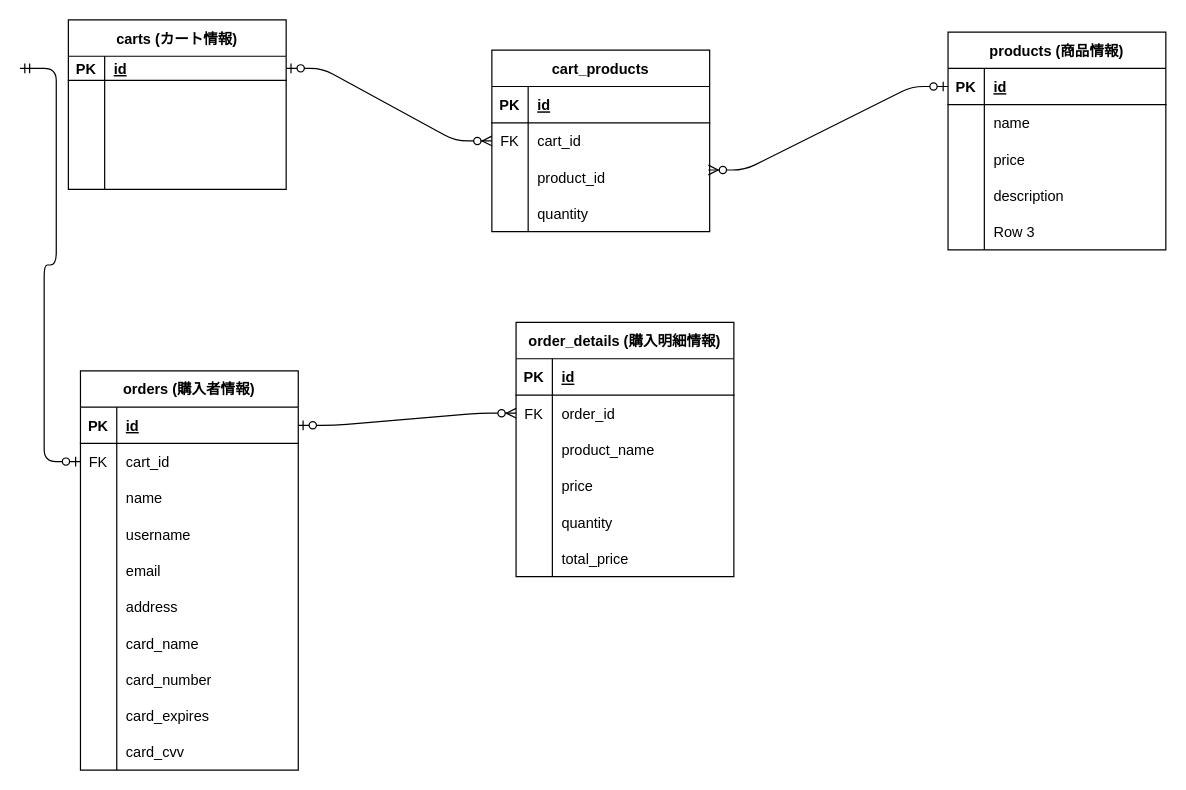
Earlier version of the draw.io diagram twitter_erd/ec_rails.dio (yuuu1654/hc_practice). Source tidied: cells renumbered, new cells numbered last; positions are measured from the earlier drawing's top-left corner, leaving out a move shared by most shapes. Both pictures are drawn from the tidied source at 121%, with x=0, y=0 at pixel (19, 19).
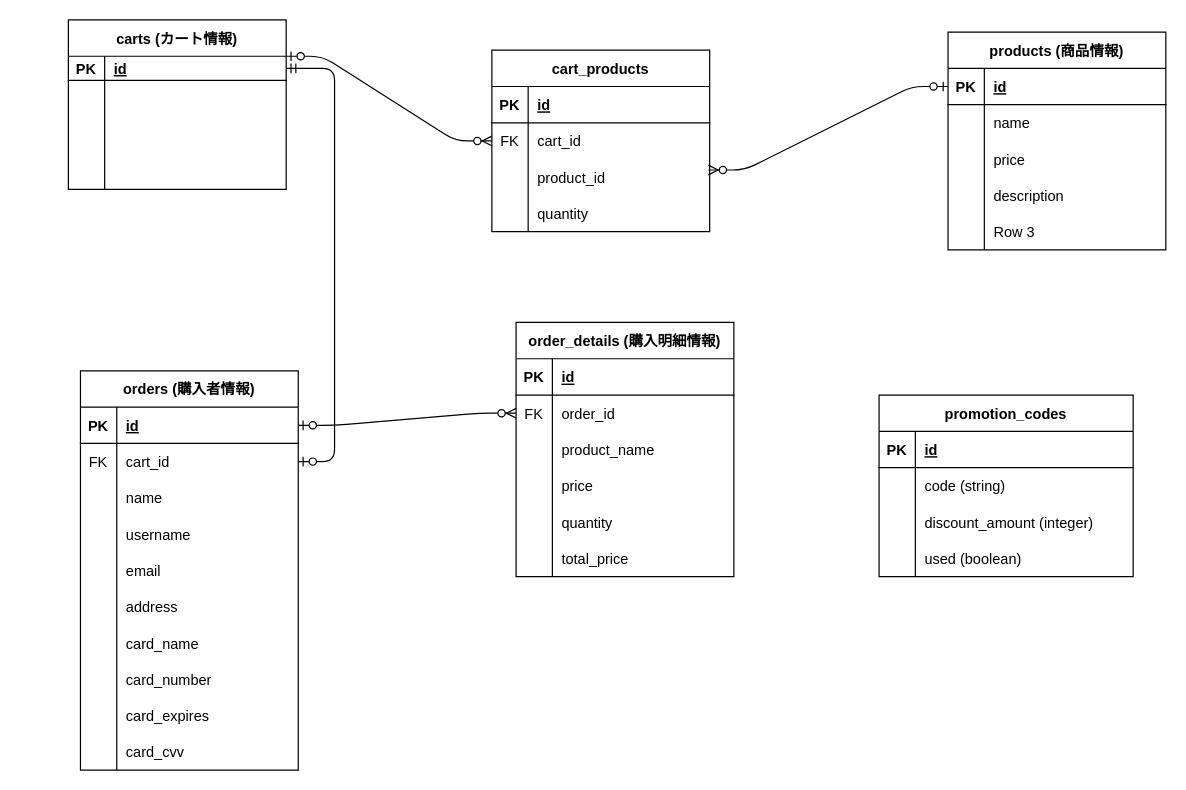
Above is the later version.

Commit message:
[Add] ECサイトのER図追加

The change refers to these unchanged cells:
```xml
<mxCell id="19" style="shape=tableRow;horizontal=0;startSize=0;swimlaneHead=0;swimlaneBody=0;fillColor=none;points=[[0,0.5],[1,0.5]];portConstraint=eastwest;top=0;left=0;right=0;bottom=1;" parent="18" vertex="1">
  <mxGeometry y="30" width="180" height="20" as="geometry" />
</mxCell>
<mxCell id="35" style="shape=tableRow;horizontal=0;startSize=0;swimlaneHead=0;swimlaneBody=0;fillColor=none;points=[[0,0.5],[1,0.5]];portConstraint=eastwest;top=0;left=0;right=0;bottom=0;" parent="31" vertex="1">
  <mxGeometry y="60" width="180" height="30" as="geometry" />
</mxCell>
<mxCell id="50" style="shape=tableRow;horizontal=0;startSize=0;swimlaneHead=0;swimlaneBody=0;fillColor=none;points=[[0,0.5],[1,0.5]];portConstraint=eastwest;top=0;left=0;right=0;bottom=0;" parent="46" vertex="1">
  <mxGeometry y="60" width="180" height="30" as="geometry" />
</mxCell>
```

What changed in the source:
```diff
@@
-    <mxCell id="44" style="edgeStyle=entityRelationEdgeStyle;fontSize=12;html=1;endArrow=ERzeroToMany;startArrow=ERzeroToOne;exitX=1;exitY=0.5;exitDx=0;exitDy=0;entryX=0;entryY=0.5;entryDx=0;entryDy=0;" parent="1" edge="1" source="19" target="35">
-      <mxGeometry relative="1" as="geometry" />
+    <mxCell id="44" style="edgeStyle=entityRelationEdgeStyle;fontSize=12;html=1;endArrow=ERzeroToMany;startArrow=ERzeroToOne;entryX=0;entryY=0.5;entryDx=0;entryDy=0;" parent="1" edge="1" target="35">
+      <mxGeometry relative="1" as="geometry">
+        <mxPoint x="220" y="30" as="sourcePoint" />
+      </mxGeometry>
     </mxCell>
@@
-    <mxCell id="97" style="edgeStyle=entityRelationEdgeStyle;fontSize=12;html=1;endArrow=ERzeroToOne;startArrow=ERmandOne;entryX=0;entryY=0.5;entryDx=0;entryDy=0;" parent="1" edge="1" target="50">
+    <mxCell id="97" style="edgeStyle=entityRelationEdgeStyle;fontSize=12;html=1;endArrow=ERzeroToOne;startArrow=ERmandOne;" parent="1" edge="1" target="50">
       <mxGeometry relative="1" as="geometry">
-        <mxPoint y="40" as="sourcePoint" />
+        <mxPoint x="220" y="40" as="sourcePoint" />
       </mxGeometry>
     </mxCell>
+    <mxCell id="98" value="promotion_codes" style="shape=table;startSize=30;childLayout=tableLayout;rowLines=0;fontStyle=1;align=center;" parent="1" vertex="1">
+      <mxGeometry x="710" y="310" width="210" height="150" as="geometry" />
+    </mxCell>
+    <mxCell id="99" style="shape=tableRow;horizontal=0;startSize=0;swimlaneHead=0;swimlaneBody=0;fillColor=none;top=0;left=0;right=0;bottom=1;" parent="98" vertex="1">
+      <mxGeometry y="30" width="210" height="30" as="geometry" />
+    </mxCell>
+    <mxCell id="100" value="PK" style="shape=partialRectangle;fillColor=none;top=0;left=0;bottom=0;right=0;fontStyle=1;overflow=hidden;" parent="99" vertex="1">
+      <mxGeometry width="30" height="30" as="geometry" />
+    </mxCell>
+    <mxCell id="101" value="id" style="shape=partialRectangle;fillColor=none;top=0;left=0;bottom=0;right=0;align=left;spacingLeft=6;fontStyle=5;overflow=hidden;" parent="99" vertex="1">
+      <mxGeometry x="30" width="180" height="30" as="geometry" />
+    </mxCell>
+    <mxCell id="102" style="shape=tableRow;horizontal=0;startSize=0;swimlaneHead=0;swimlaneBody=0;fillColor=none;top=0;left=0;right=0;bottom=0;" parent="98" vertex="1">
+      <mxGeometry y="60" width="210" height="30" as="geometry" />
+    </mxCell>
+    <mxCell id="103" style="shape=partialRectangle;fillColor=none;top=0;left=0;bottom=0;right=0;overflow=hidden;" parent="102" vertex="1">
+      <mxGeometry width="30" height="30" as="geometry" />
+    </mxCell>
+    <mxCell id="104" value="code (string)" style="shape=partialRectangle;fillColor=none;top=0;left=0;bottom=0;right=0;align=left;spacingLeft=6;overflow=hidden;" parent="102" vertex="1">
+      <mxGeometry x="30" width="180" height="30" as="geometry" />
+    </mxCell>
+    <mxCell id="105" style="shape=tableRow;horizontal=0;startSize=0;swimlaneHead=0;swimlaneBody=0;fillColor=none;top=0;left=0;right=0;bottom=0;" parent="98" vertex="1">
+      <mxGeometry y="90" width="210" height="30" as="geometry" />
+    </mxCell>
+    <mxCell id="106" style="shape=partialRectangle;fillColor=none;top=0;left=0;bottom=0;right=0;overflow=hidden;" parent="105" vertex="1">
+      <mxGeometry width="30" height="30" as="geometry" />
+    </mxCell>
+    <mxCell id="107" value="discount_amount (integer)" style="shape=partialRectangle;fillColor=none;top=0;left=0;bottom=0;right=0;align=left;spacingLeft=6;overflow=hidden;" parent="105" vertex="1">
+      <mxGeometry x="30" width="180" height="30" as="geometry" />
+    </mxCell>
+    <mxCell id="108" style="shape=tableRow;horizontal=0;startSize=0;swimlaneHead=0;swimlaneBody=0;fillColor=none;top=0;left=0;right=0;bottom=0;" parent="98" vertex="1">
+      <mxGeometry y="120" width="210" height="30" as="geometry" />
+    </mxCell>
+    <mxCell id="109" style="shape=partialRectangle;fillColor=none;top=0;left=0;bottom=0;right=0;overflow=hidden;" parent="108" vertex="1">
+      <mxGeometry width="30" height="30" as="geometry" />
+    </mxCell>
+    <mxCell id="110" value="used (boolean)" style="shape=partialRectangle;fillColor=none;top=0;left=0;bottom=0;right=0;align=left;spacingLeft=6;overflow=hidden;" parent="108" vertex="1">
+      <mxGeometry x="30" width="180" height="30" as="geometry" />
+    </mxCell>
```
